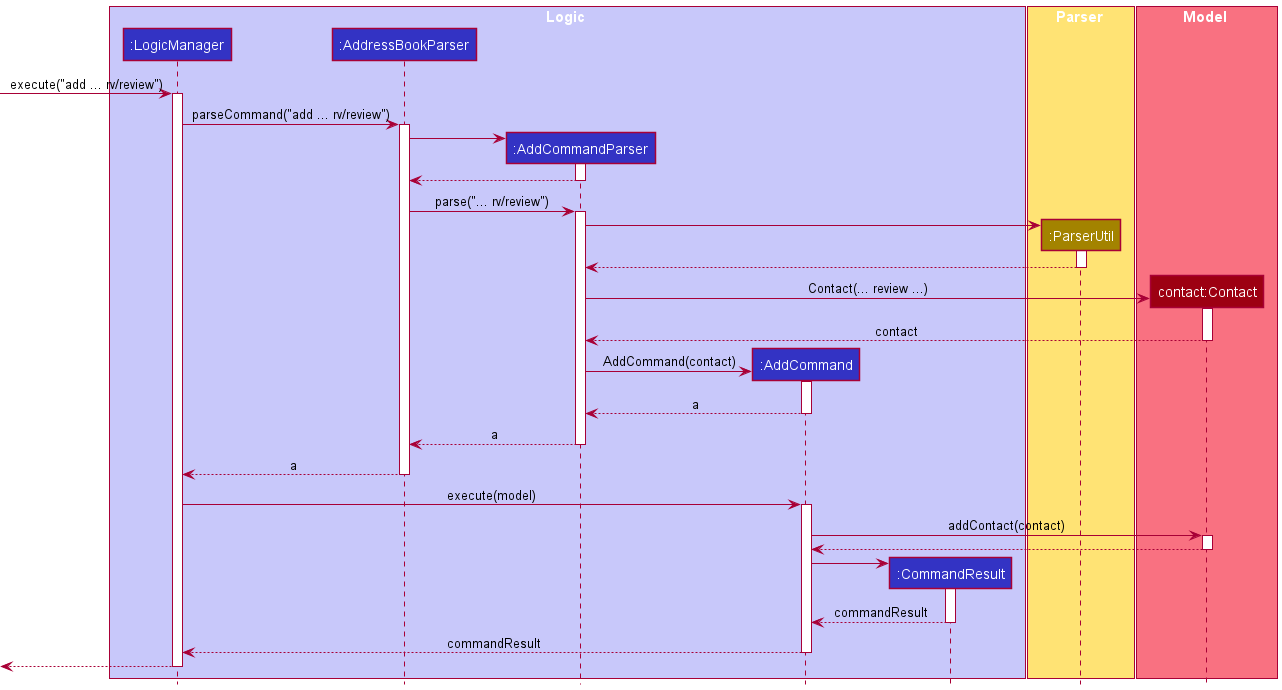
Before: docs/images/ReviewSequenceDiagram.png, a diagram exported from PlantUML (nus-cs2103-AY2122S1/tp). Its diagram source:
```plantuml
@startuml
!include style.puml

box Logic LOGIC_COLOR_T1

participant ":LogicManager" as LogicManager LOGIC_COLOR
participant ":AddressBookParser" as AddressBookParser LOGIC_COLOR
participant ":AddCommandParser" as AddCommandParser LOGIC_COLOR
participant ":AddCommand" as AddCommand LOGIC_COLOR
participant ":CommandResult" as CommandResult LOGIC_COLOR

end box

box Parser STORAGE_COLOR_T1

participant ":ParserUtil" as ParserUtil STORAGE_COLOR
end box

box Model MODEL_COLOR_T1

participant "contact:Contact" as Contact MODEL_COLOR
end box


[-> LogicManager : execute("add ... rv/review")
activate LogicManager

LogicManager -> AddressBookParser : parseCommand("add ... rv/review")
activate AddressBookParser

create AddCommandParser
AddressBookParser -> AddCommandParser
activate AddCommandParser

AddCommandParser --> AddressBookParser
deactivate AddCommandParser

AddressBookParser -> AddCommandParser : parse("... rv/review")
activate AddCommandParser

create ParserUtil
AddCommandParser -> ParserUtil
activate ParserUtil

ParserUtil --> AddCommandParser
deactivate ParserUtil

create Contact
AddCommandParser -> Contact : Contact(... review ...)
activate Contact

Contact --> AddCommandParser : contact
deactivate Contact

create AddCommand
AddCommandParser -> AddCommand : AddCommand(contact)
activate AddCommand

AddCommand --> AddCommandParser:a
deactivate AddCommand

AddCommandParser --> AddressBookParser:a
deactivate AddCommandParser

AddressBookParser --> LogicManager:a
deactivate AddressBookParser

LogicManager -> AddCommand : execute(model)
activate AddCommand

AddCommand -> Contact : addContact(contact)
activate Contact

Contact --> AddCommand
deactivate Contact

create CommandResult
AddCommand -> CommandResult
activate CommandResult

CommandResult --> AddCommand : commandResult
deactivate CommandResult

AddCommand --> LogicManager : commandResult
deactivate AddCommand

[<--LogicManager
deactivate LogicManager

@enduml
```
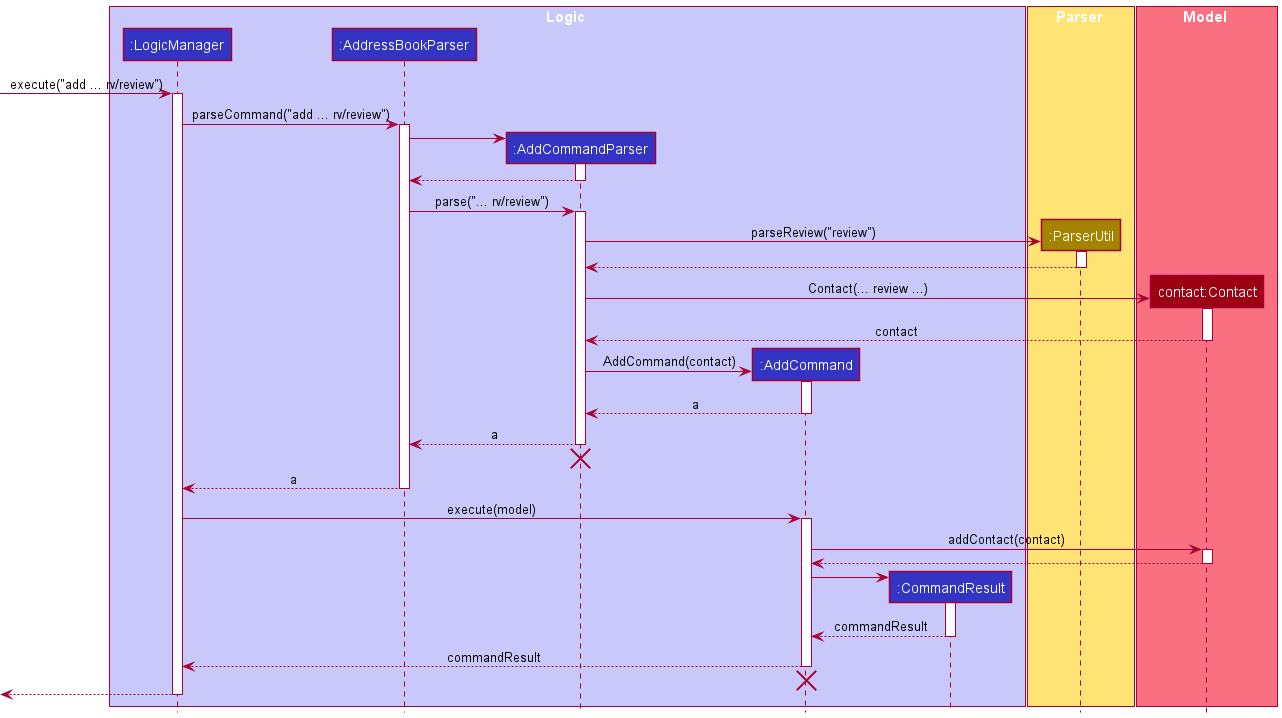
Above is the later version.

Diff of the diagram source:
```diff
@@ -39,7 +39,7 @@
 activate AddCommandParser
 
 create ParserUtil
-AddCommandParser -> ParserUtil
+AddCommandParser -> ParserUtil : parseReview("review")
 activate ParserUtil
 
 ParserUtil --> AddCommandParser
@@ -61,6 +61,8 @@
 
 AddCommandParser --> AddressBookParser:a
 deactivate AddCommandParser
+AddCommandParser -[hidden]-> AddressBookParser
+destroy AddCommandParser
 
 AddressBookParser --> LogicManager:a
 deactivate AddressBookParser
@@ -83,6 +85,8 @@
 
 AddCommand --> LogicManager : commandResult
 deactivate AddCommand
+AddCommand -[hidden]-> LogicManager
+destroy AddCommand
 
 [<--LogicManager
 deactivate LogicManager
```
